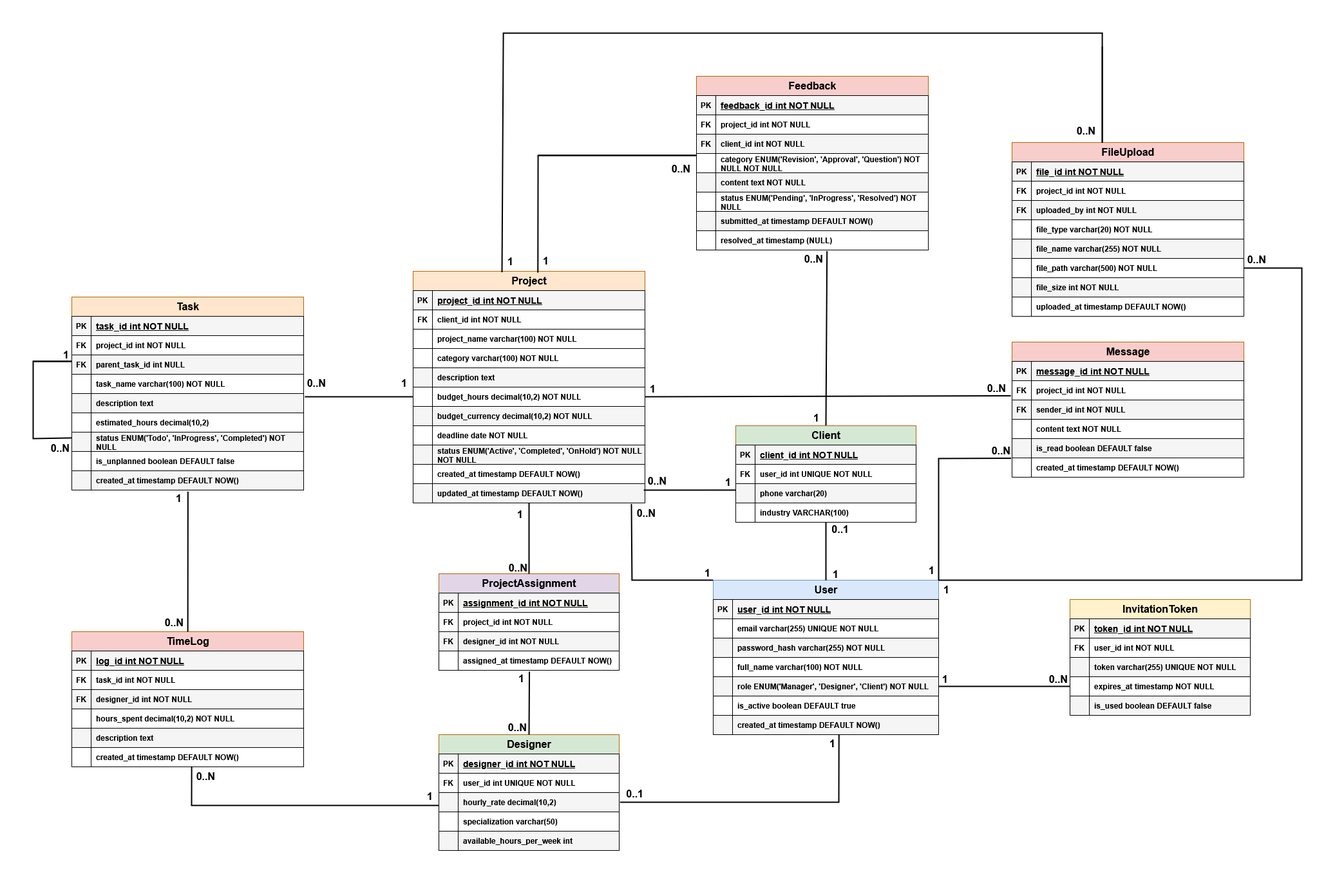
Earlier version of the draw.io export docs/diagrams/EntityRealtion.drawio.png (mahdi000666/design-analytics). Source tidied: cells renumbered, new cells last; positions are measured from the earlier drawing's top-left corner, leaving out a move shared by most shapes.
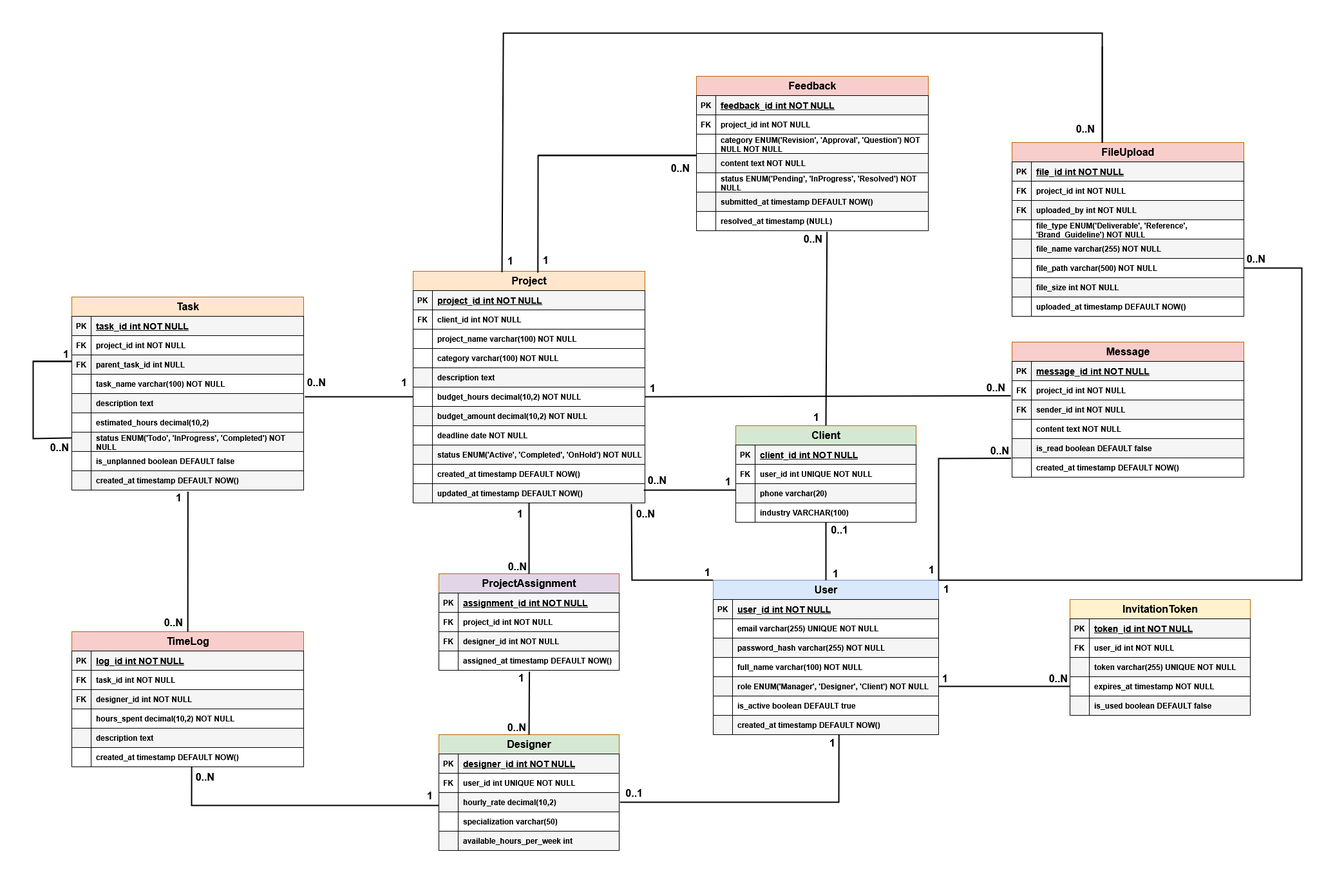
Later version of the same file.

Diff of the diagram source:
```diff
@@ -51,7 +51,7 @@
       <mxGeometry x="30" width="250" height="30" as="geometry" />
     </mxCell>
     <mxCell id="18" value="Feedback" style="shape=table;startSize=30;rowLines=1;fontStyle=1;align=center;html=1;labelBackgroundColor=none;labelBorderColor=none;swimlaneFillColor=default;fillColor=#F8CECC;strokeColor=#b46504;fillStyle=auto;columnLines=1;fontSize=16;" parent="1" vertex="1">
-      <mxGeometry x="1030" y="67" width="360" height="270" as="geometry" />
+      <mxGeometry x="1030" y="67" width="360" height="240" as="geometry" />
     </mxCell>
     <mxCell id="19" style="shape=tableRow;horizontal=0;startSize=0;swimlaneHead=0;swimlaneBody=0;fillColor=none;top=0;left=0;right=0;bottom=1;" parent="18" vertex="1">
       <mxGeometry y="30" width="360" height="30" as="geometry" />
@@ -71,17 +71,8 @@
     <mxCell id="24" value="&lt;font&gt;project_id int NOT NULL&lt;/font&gt;" style="shape=partialRectangle;top=1;left=1;bottom=1;right=1;align=left;spacingLeft=6;overflow=hidden;whiteSpace=wrap;html=1;fontStyle=1;" parent="22" vertex="1">
       <mxGeometry x="30" width="330" height="30" as="geometry" />
     </mxCell>
-    <mxCell id="25" style="shape=tableRow;horizontal=0;startSize=0;swimlaneHead=0;swimlaneBody=0;fillColor=none;top=0;left=0;right=0;bottom=0;" parent="18" vertex="1">
-      <mxGeometry y="90" width="360" height="30" as="geometry" />
-    </mxCell>
-    <mxCell id="26" value="&lt;b&gt;FK&lt;/b&gt;" style="shape=partialRectangle;top=1;left=1;bottom=1;right=1;overflow=hidden;whiteSpace=wrap;html=1;fillColor=#F5F5F5;" parent="25" vertex="1">
-      <mxGeometry width="30" height="30" as="geometry" />
-    </mxCell>
-    <mxCell id="27" value="client_id int NOT NULL" style="shape=partialRectangle;top=1;left=1;bottom=1;right=1;align=left;spacingLeft=6;overflow=hidden;whiteSpace=wrap;html=1;fontStyle=1;fillColor=#F5F5F5;" parent="25" vertex="1">
-      <mxGeometry x="30" width="330" height="30" as="geometry" />
-    </mxCell>
     <mxCell id="28" style="shape=tableRow;horizontal=0;startSize=0;swimlaneHead=0;swimlaneBody=0;fillColor=none;top=0;left=0;right=0;bottom=0;" parent="18" vertex="1">
-      <mxGeometry y="120" width="360" height="30" as="geometry" />
+      <mxGeometry y="90" width="360" height="30" as="geometry" />
     </mxCell>
     <mxCell id="29" style="shape=partialRectangle;top=1;left=1;bottom=1;right=1;overflow=hidden;whiteSpace=wrap;html=1;" parent="28" vertex="1">
       <mxGeometry width="30" height="30" as="geometry" />
@@ -90,7 +81,7 @@
       <mxGeometry x="30" width="330" height="30" as="geometry" />
     </mxCell>
     <mxCell id="31" style="shape=tableRow;horizontal=0;startSize=0;swimlaneHead=0;swimlaneBody=0;fillColor=none;top=0;left=0;right=0;bottom=0;" parent="18" vertex="1">
-      <mxGeometry y="150" width="360" height="30" as="geometry" />
+      <mxGeometry y="120" width="360" height="30" as="geometry" />
     </mxCell>
     <mxCell id="32" style="shape=partialRectangle;top=1;left=1;bottom=1;right=1;overflow=hidden;whiteSpace=wrap;html=1;fillColor=#F5F5F5;" parent="31" vertex="1">
       <mxGeometry width="30" height="30" as="geometry" />
@@ -99,7 +90,7 @@
       <mxGeometry x="30" width="330" height="30" as="geometry" />
     </mxCell>
     <mxCell id="34" style="shape=tableRow;horizontal=0;startSize=0;swimlaneHead=0;swimlaneBody=0;fillColor=none;top=0;left=0;right=0;bottom=0;" parent="18" vertex="1">
-      <mxGeometry y="180" width="360" height="30" as="geometry" />
+      <mxGeometry y="150" width="360" height="30" as="geometry" />
     </mxCell>
     <mxCell id="35" style="shape=partialRectangle;top=1;left=1;bottom=1;right=1;overflow=hidden;whiteSpace=wrap;html=1;" parent="34" vertex="1">
       <mxGeometry width="30" height="30" as="geometry" />
@@ -108,7 +99,7 @@
       <mxGeometry x="30" width="330" height="30" as="geometry" />
     </mxCell>
     <mxCell id="37" style="shape=tableRow;horizontal=0;startSize=0;swimlaneHead=0;swimlaneBody=0;fillColor=none;top=0;left=0;right=0;bottom=0;" parent="18" vertex="1">
-      <mxGeometry y="210" width="360" height="30" as="geometry" />
+      <mxGeometry y="180" width="360" height="30" as="geometry" />
     </mxCell>
     <mxCell id="38" style="shape=partialRectangle;top=1;left=1;bottom=1;right=1;overflow=hidden;whiteSpace=wrap;html=1;fillColor=#F5F5F5;" parent="37" vertex="1">
       <mxGeometry width="30" height="30" as="geometry" />
@@ -117,7 +108,7 @@
       <mxGeometry x="30" width="330" height="30" as="geometry" />
     </mxCell>
     <mxCell id="40" style="shape=tableRow;horizontal=0;startSize=0;swimlaneHead=0;swimlaneBody=0;fillColor=none;points=[[0,0.5],[1,0.5]];portConstraint=eastwest;top=0;left=0;right=0;bottom=0;" parent="18" vertex="1">
-      <mxGeometry y="240" width="360" height="30" as="geometry" />
+      <mxGeometry y="210" width="360" height="30" as="geometry" />
     </mxCell>
     <mxCell id="41" style="shape=partialRectangle;top=1;left=1;bottom=1;right=1;overflow=hidden;whiteSpace=wrap;html=1;" parent="40" vertex="1">
       <mxGeometry width="30" height="30" as="geometry" />
@@ -218,7 +209,7 @@
     <mxCell id="73" style="shape=partialRectangle;top=1;left=1;bottom=1;right=1;overflow=hidden;whiteSpace=wrap;html=1;" parent="72" vertex="1">
       <mxGeometry width="30" height="30" as="geometry" />
     </mxCell>
-    <mxCell id="74" value="file_type varchar(20) NOT NULL" style="shape=partialRectangle;top=1;left=1;bottom=1;right=1;align=left;spacingLeft=6;overflow=hidden;whiteSpace=wrap;html=1;fontStyle=1;" parent="72" vertex="1">
+    <mxCell id="74" value="file_type&amp;nbsp;ENUM('Deliverable', 'Reference', 'Brand_Guideline')&amp;nbsp;NOT NULL" style="shape=partialRectangle;top=1;left=1;bottom=1;right=1;align=left;spacingLeft=6;overflow=hidden;whiteSpace=wrap;html=1;fontStyle=1;" parent="72" vertex="1">
       <mxGeometry x="30" width="330" height="30" as="geometry" />
     </mxCell>
     <mxCell id="75" style="shape=tableRow;horizontal=0;startSize=0;swimlaneHead=0;swimlaneBody=0;fillColor=none;top=0;left=0;right=0;bottom=0;" parent="62" vertex="1">
@@ -416,7 +407,7 @@
     <mxCell id="139" style="shape=partialRectangle;top=1;left=1;bottom=1;right=1;overflow=hidden;whiteSpace=wrap;html=1;fillColor=#F5F5F5;" parent="138" vertex="1">
       <mxGeometry width="30" height="30" as="geometry" />
     </mxCell>
-    <mxCell id="140" value="budget_currency decimal(10,2) NOT NULL" style="shape=partialRectangle;top=1;left=1;bottom=1;right=1;align=left;spacingLeft=6;overflow=hidden;whiteSpace=wrap;html=1;fontStyle=1;fillColor=#F5F5F5;" parent="138" vertex="1">
+    <mxCell id="140" value="budget_amount decimal(10,2) NOT NULL" style="shape=partialRectangle;top=1;left=1;bottom=1;right=1;align=left;spacingLeft=6;overflow=hidden;whiteSpace=wrap;html=1;fontStyle=1;fillColor=#F5F5F5;" parent="138" vertex="1">
       <mxGeometry x="30" width="330" height="30" as="geometry" />
     </mxCell>
     <mxCell id="141" style="shape=tableRow;horizontal=0;startSize=0;swimlaneHead=0;swimlaneBody=0;fillColor=none;top=0;left=0;right=0;bottom=0;" parent="119" vertex="1">
@@ -434,7 +425,7 @@
     <mxCell id="145" style="shape=partialRectangle;top=1;left=1;bottom=1;right=1;overflow=hidden;whiteSpace=wrap;html=1;fillColor=#F5F5F5;" parent="144" vertex="1">
       <mxGeometry width="30" height="30" as="geometry" />
     </mxCell>
-    <mxCell id="146" value="status ENUM('Active', 'Completed', 'OnHold') NOT NULL NOT NULL" style="shape=partialRectangle;top=1;left=1;bottom=1;right=1;align=left;spacingLeft=6;overflow=hidden;whiteSpace=wrap;html=1;fontStyle=1;fillColor=#F5F5F5;" parent="144" vertex="1">
+    <mxCell id="146" value="status ENUM('Active', 'Completed', 'OnHold') NOT NULL&amp;nbsp;" style="shape=partialRectangle;top=1;left=1;bottom=1;right=1;align=left;spacingLeft=6;overflow=hidden;whiteSpace=wrap;html=1;fontStyle=1;fillColor=#F5F5F5;" parent="144" vertex="1">
       <mxGeometry x="30" width="330" height="30" as="geometry" />
     </mxCell>
     <mxCell id="147" style="shape=tableRow;horizontal=0;startSize=0;swimlaneHead=0;swimlaneBody=0;fillColor=none;top=0;left=0;right=0;bottom=0;" parent="119" vertex="1">
```
